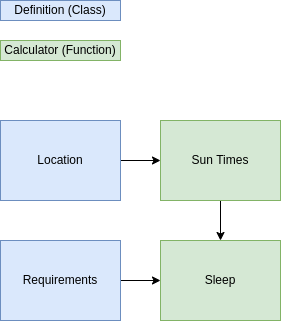
This is img/sleep_flow.png from TheOrganist24/Astronomical, a draw.io export, as it was before one commit. Source tidied: cells renumbered, new cells last; positions are measured from the earlier drawing's top-left corner, leaving out a move shared by most shapes. Source of this version:
```xml
<mxGraphModel>
  <root>
    <mxCell id="0" />
    <mxCell id="1" parent="0" />
    <mxCell id="2" style="edgeStyle=orthogonalEdgeStyle;rounded=0;jettySize=auto;html=1;" parent="1" edge="1" source="3" target="7">
      <mxGeometry relative="1" as="geometry" />
    </mxCell>
    <mxCell id="3" value="Location" style="rounded=0;whiteSpace=wrap;html=1;fillColor=#dae8fc;strokeColor=#6c8ebf;" parent="1" vertex="1">
      <mxGeometry y="120" width="120" height="80" as="geometry" />
    </mxCell>
    <mxCell id="4" style="edgeStyle=orthogonalEdgeStyle;rounded=0;jettySize=auto;html=1;" parent="1" edge="1" source="5" target="8">
      <mxGeometry relative="1" as="geometry" />
    </mxCell>
    <mxCell id="5" value="Requirements" style="rounded=0;whiteSpace=wrap;html=1;fillColor=#dae8fc;strokeColor=#6c8ebf;" parent="1" vertex="1">
      <mxGeometry y="240" width="120" height="80" as="geometry" />
    </mxCell>
    <mxCell id="6" style="edgeStyle=orthogonalEdgeStyle;rounded=0;jettySize=auto;html=1;" parent="1" edge="1" source="7" target="8">
      <mxGeometry relative="1" as="geometry" />
    </mxCell>
    <mxCell id="7" value="Sun Times" style="rounded=0;whiteSpace=wrap;html=1;fillColor=#d5e8d4;strokeColor=#82b366;" parent="1" vertex="1">
      <mxGeometry x="160" y="120" width="120" height="80" as="geometry" />
    </mxCell>
    <mxCell id="8" value="Sleep" style="rounded=0;whiteSpace=wrap;html=1;fillColor=#d5e8d4;strokeColor=#82b366;" parent="1" vertex="1">
      <mxGeometry x="160" y="240" width="120" height="80" as="geometry" />
    </mxCell>
    <mxCell id="9" value="Definition (Class)" style="rounded=0;whiteSpace=wrap;html=1;fillColor=#dae8fc;strokeColor=#6c8ebf;" parent="1" vertex="1">
      <mxGeometry width="120" height="20" as="geometry" />
    </mxCell>
    <mxCell id="10" value="Calculator (Function)" style="rounded=0;whiteSpace=wrap;html=1;fillColor=#d5e8d4;strokeColor=#82b366;" parent="1" vertex="1">
      <mxGeometry y="40" width="120" height="20" as="geometry" />
    </mxCell>
  </root>
</mxGraphModel>
```
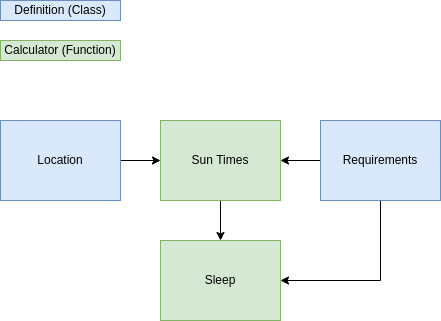
Above is the later version.

What changed in the source:
```diff
@@ -8,11 +8,14 @@
     <mxCell id="3" value="Location" style="rounded=0;whiteSpace=wrap;html=1;fillColor=#dae8fc;strokeColor=#6c8ebf;" parent="1" vertex="1">
       <mxGeometry y="120" width="120" height="80" as="geometry" />
     </mxCell>
-    <mxCell id="4" style="edgeStyle=orthogonalEdgeStyle;rounded=0;jettySize=auto;html=1;" parent="1" edge="1" source="5" target="8">
+    <mxCell id="4" style="edgeStyle=orthogonalEdgeStyle;rounded=0;jettySize=auto;html=1;entryX=1;entryY=0.5;entryDx=0;entryDy=0;" parent="1" edge="1" source="5" target="7">
       <mxGeometry relative="1" as="geometry" />
     </mxCell>
+    <mxCell id="11" style="edgeStyle=orthogonalEdgeStyle;rounded=0;jettySize=auto;html=1;exitX=0.5;exitY=1;exitDx=0;exitDy=0;entryX=1;entryY=0.5;entryDx=0;entryDy=0;" parent="1" edge="1" source="5" target="8">
+      <mxGeometry relative="1" as="geometry" />
+    </mxCell>
     <mxCell id="5" value="Requirements" style="rounded=0;whiteSpace=wrap;html=1;fillColor=#dae8fc;strokeColor=#6c8ebf;" parent="1" vertex="1">
-      <mxGeometry y="240" width="120" height="80" as="geometry" />
+      <mxGeometry x="320" y="120" width="120" height="80" as="geometry" />
     </mxCell>
     <mxCell id="6" style="edgeStyle=orthogonalEdgeStyle;rounded=0;jettySize=auto;html=1;" parent="1" edge="1" source="7" target="8">
       <mxGeometry relative="1" as="geometry" />
```
